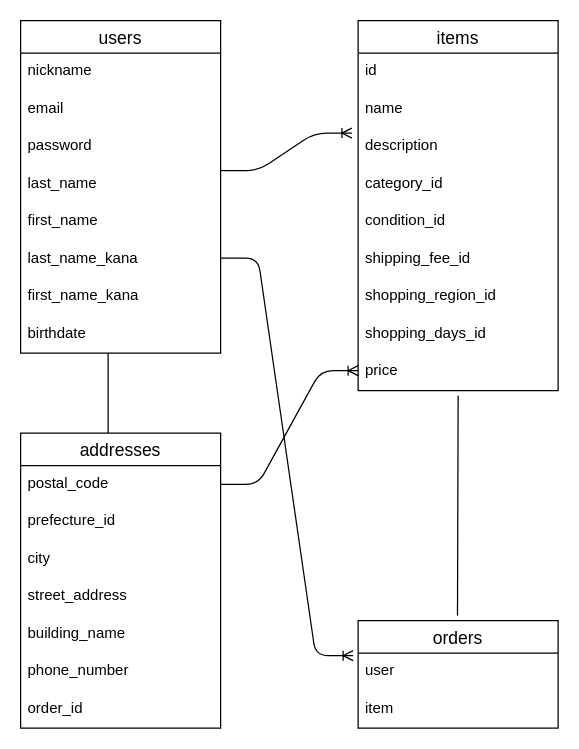
The draw.io diagram er.dio in chorori/furima-39265, before the edit. Source tidied: cells renumbered, new cells numbered last; positions are measured from the earlier drawing's top-left corner, leaving out a move shared by most shapes. Both pictures are drawn from the tidied source at 125%, with x=0, y=0 at pixel (20, 20).
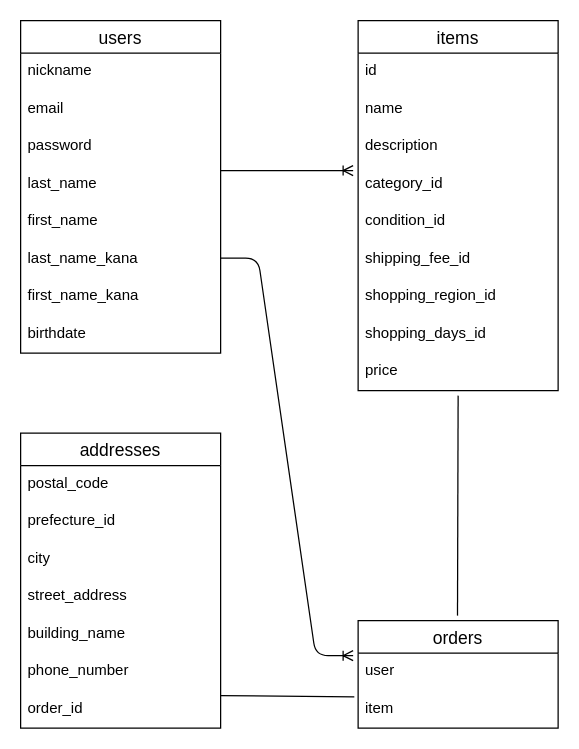
Above is the later version.

Commit message (it also covers changes not shown here):
ER図、READMEの修正　3回目

The change refers to these unchanged cells:
```xml
<mxCell id="14" value="description" style="text;strokeColor=none;fillColor=none;spacingLeft=4;spacingRight=4;overflow=hidden;points=[[0,0.5],[1,0.5]];portConstraint=eastwest;fontSize=12;" parent="11" vertex="1">
  <mxGeometry y="86" width="160" height="30" as="geometry" />
</mxCell>
<mxCell id="15" value="category_id" style="text;strokeColor=none;fillColor=none;spacingLeft=4;spacingRight=4;overflow=hidden;points=[[0,0.5],[1,0.5]];portConstraint=eastwest;fontSize=12;" parent="11" vertex="1">
  <mxGeometry y="116" width="160" height="30" as="geometry" />
</mxCell>
<mxCell id="31" value="item" style="text;strokeColor=none;fillColor=none;spacingLeft=4;spacingRight=4;overflow=hidden;points=[[0,0.5],[1,0.5]];portConstraint=eastwest;fontSize=12;" parent="29" vertex="1">
  <mxGeometry y="56" width="160" height="30" as="geometry" />
</mxCell>
```

The edit, as a diff of the source:
```diff
@@
-    <mxCell id="32" style="edgeStyle=entityRelationEdgeStyle;fontSize=12;html=1;endArrow=ERoneToMany;entryX=-0.031;entryY=0.133;entryDx=0;entryDy=0;entryPerimeter=0;" parent="1" edge="1" target="14">
+    <mxCell id="32" style="edgeStyle=entityRelationEdgeStyle;fontSize=12;html=1;endArrow=ERoneToMany;entryX=-0.025;entryY=0.133;entryDx=0;entryDy=0;entryPerimeter=0;" parent="1" edge="1" target="15">
       <mxGeometry relative="1" as="geometry">
         <mxPoint x="160" y="120" as="sourcePoint" />
       </mxGeometry>
     </mxCell>
-    <mxCell id="33" style="edgeStyle=entityRelationEdgeStyle;fontSize=12;html=1;endArrow=ERoneToMany;exitX=1;exitY=0.5;exitDx=0;exitDy=0;" parent="1" edge="1">
-      <mxGeometry relative="1" as="geometry">
-        <mxPoint x="160" y="371" as="sourcePoint" />
-        <mxPoint x="270" y="280" as="targetPoint" />
-      </mxGeometry>
-    </mxCell>
-    <mxCell id="34" style="endArrow=none;html=1;rounded=0;" parent="1" edge="1">
-      <mxGeometry relative="1" as="geometry">
-        <mxPoint x="70" y="306" as="sourcePoint" />
-        <mxPoint x="70" y="266" as="targetPoint" />
-        <Array as="points">
-          <mxPoint x="70" y="330" />
-          <mxPoint x="70" y="306" />
-        </Array>
-      </mxGeometry>
-    </mxCell>
@@
+    <mxCell id="37" style="endArrow=none;html=1;rounded=0;entryX=-0.019;entryY=0.167;entryDx=0;entryDy=0;entryPerimeter=0;" parent="1" edge="1" target="31">
+      <mxGeometry relative="1" as="geometry">
+        <mxPoint x="160" y="540" as="sourcePoint" />
+      </mxGeometry>
+    </mxCell>
```
